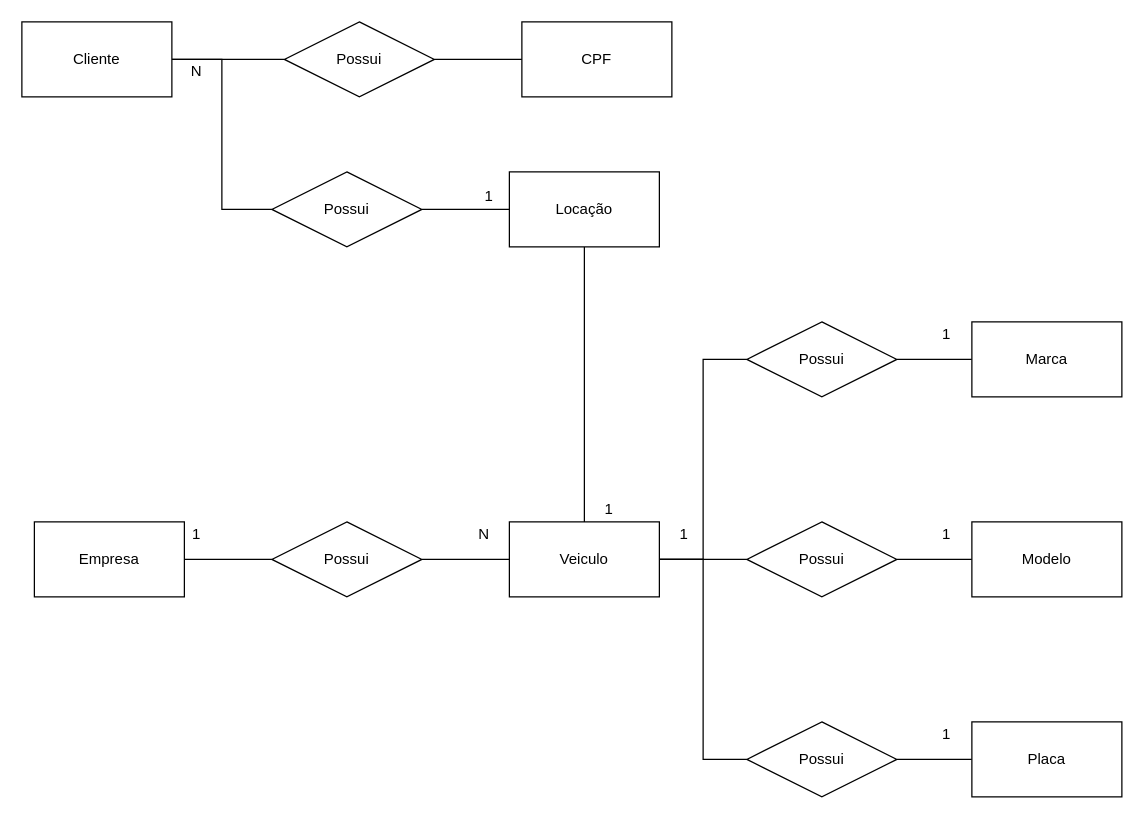
Before: exercicios/1.2-exercicio-locadora/1.2-exercicio-locadora.drawio in PedroLCamara/2oSemestre_Sprint1BD_Senai, a draw.io diagram. Source tidied: cells renumbered, new cells numbered last; positions are measured from the earlier drawing's top-left corner, leaving out a move shared by most shapes. Both pictures are drawn from the tidied source at 125%, with x=0, y=0 at pixel (21, 21).
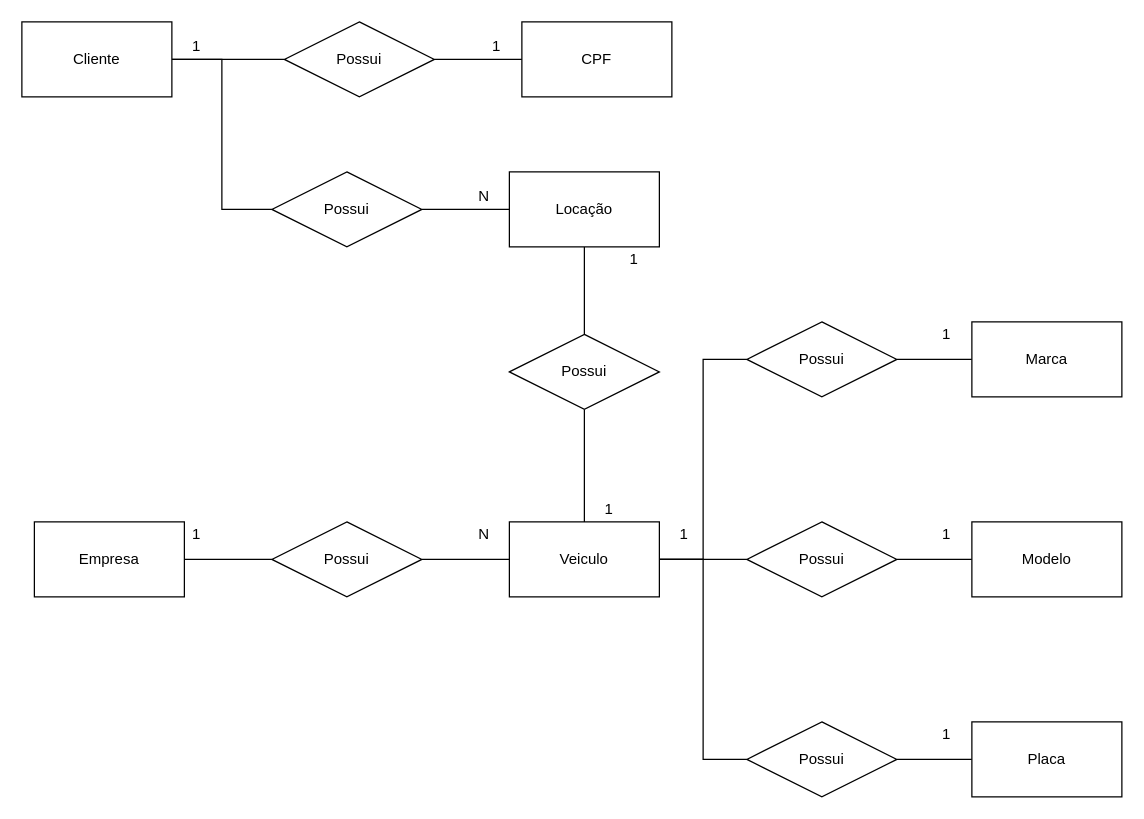
The same diagram, later.

The change refers to these unchanged cells:
```xml
<mxCell id="9" value="Veiculo" style="rounded=0;whiteSpace=wrap;html=1;" parent="1" vertex="1">
  <mxGeometry x="390" y="400" width="120" height="60" as="geometry" />
</mxCell>
<mxCell id="34" value="Locação" style="rounded=0;whiteSpace=wrap;html=1;" parent="1" vertex="1">
  <mxGeometry x="390" y="120" width="120" height="60" as="geometry" />
</mxCell>
```

What changed in the source:
```diff
@@
-    <mxCell id="33" style="edgeStyle=orthogonalEdgeStyle;rounded=0;jettySize=auto;html=1;entryX=0.5;entryY=0;entryDx=0;entryDy=0;endArrow=none;endFill=0;" parent="1" edge="1" source="34" target="9">
-      <mxGeometry relative="1" as="geometry" />
-    </mxCell>
+    <mxCell id="38" style="edgeStyle=orthogonalEdgeStyle;rounded=0;jettySize=auto;html=1;entryX=0.5;entryY=0;entryDx=0;entryDy=0;endArrow=none;endFill=0;" parent="1" edge="1" source="34" target="43">
+      <mxGeometry relative="1" as="geometry" />
+    </mxCell>
@@
-    <mxCell id="35" value="1" style="text;html=1;strokeColor=none;fillColor=none;align=center;verticalAlign=middle;whiteSpace=wrap;rounded=0;" parent="1" vertex="1">
-      <mxGeometry x="354" y="130" width="40" height="20" as="geometry" />
-    </mxCell>
     <mxCell id="36" value="N" style="text;html=1;strokeColor=none;fillColor=none;align=center;verticalAlign=middle;whiteSpace=wrap;rounded=0;" parent="1" vertex="1">
-      <mxGeometry x="120" y="30" width="40" height="20" as="geometry" />
+      <mxGeometry x="350" y="130" width="40" height="20" as="geometry" />
     </mxCell>
@@
+    <mxCell id="39" value="1" style="text;html=1;strokeColor=none;fillColor=none;align=center;verticalAlign=middle;whiteSpace=wrap;rounded=0;" parent="1" vertex="1">
+      <mxGeometry x="470" y="180" width="40" height="20" as="geometry" />
+    </mxCell>
+    <mxCell id="40" value="1" style="text;html=1;strokeColor=none;fillColor=none;align=center;verticalAlign=middle;whiteSpace=wrap;rounded=0;" parent="1" vertex="1">
+      <mxGeometry x="120" y="10" width="40" height="20" as="geometry" />
+    </mxCell>
+    <mxCell id="41" value="1" style="text;html=1;strokeColor=none;fillColor=none;align=center;verticalAlign=middle;whiteSpace=wrap;rounded=0;" parent="1" vertex="1">
+      <mxGeometry x="360" y="10" width="40" height="20" as="geometry" />
+    </mxCell>
+    <mxCell id="42" style="edgeStyle=orthogonalEdgeStyle;rounded=0;jettySize=auto;html=1;endArrow=none;endFill=0;" parent="1" edge="1" source="43" target="9">
+      <mxGeometry relative="1" as="geometry" />
+    </mxCell>
+    <mxCell id="43" value="Possui" style="shape=rhombus;perimeter=rhombusPerimeter;whiteSpace=wrap;html=1;align=center;" parent="1" vertex="1">
+      <mxGeometry x="390" y="250" width="120" height="60" as="geometry" />
+    </mxCell>
```
